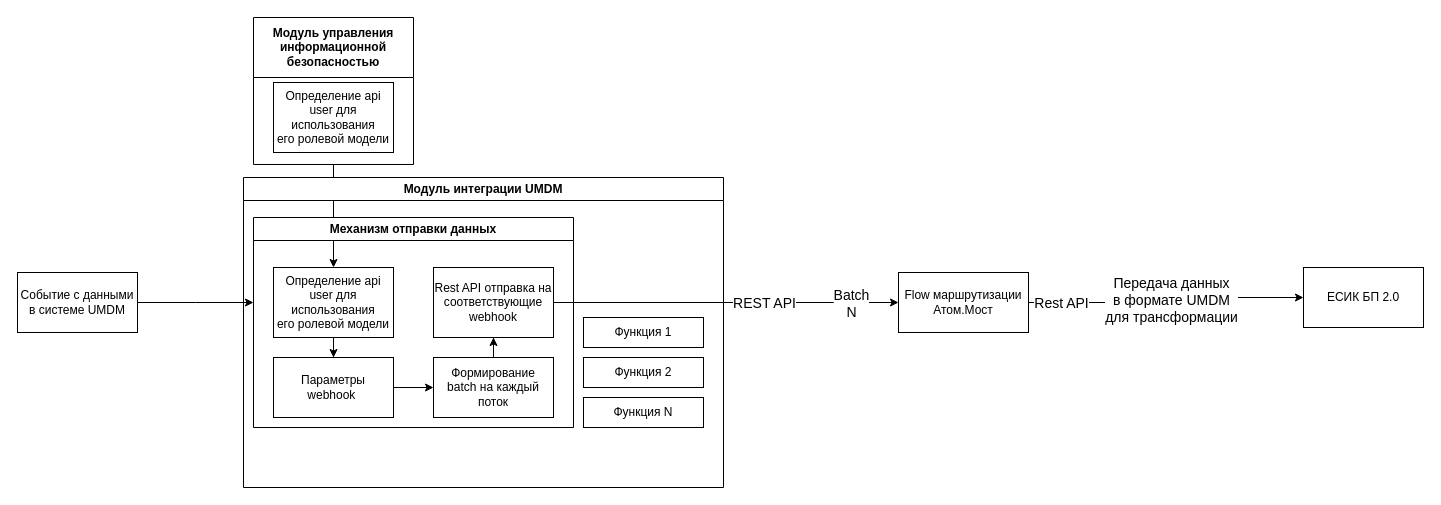
The draw.io diagram Схема внешнего взаимодействия на вебхуках.drawio.drawio in Grin5/drawIo, before the edit. Source tidied: cells renumbered, new cells numbered last; positions are measured from the earlier drawing's top-left corner, leaving out a move shared by most shapes. Both pictures are drawn from the tidied source at 100%, with x=0, y=0 at pixel (17, 17).
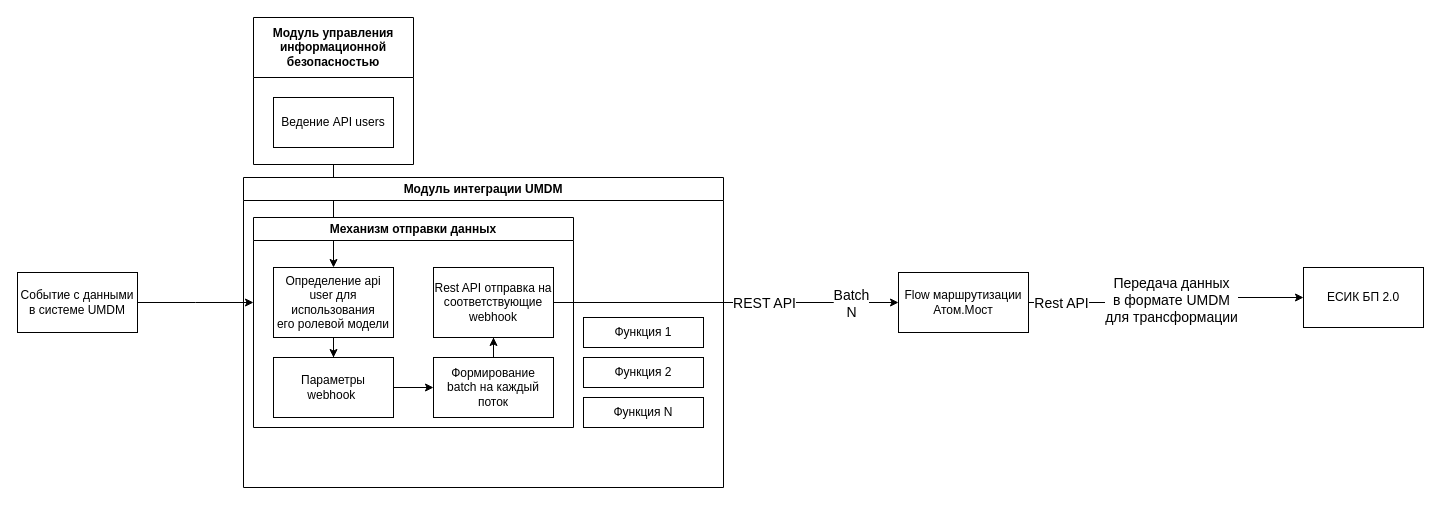
The same diagram, later.

The change refers to these unchanged cells:
```xml
<mxCell id="21" value="Модуль управления информационной безопасностью" style="swimlane;whiteSpace=wrap;html=1;startSize=60;" parent="1" vertex="1">
  <mxGeometry x="236" width="160" height="147" as="geometry" />
</mxCell>
```

Diff of the diagram source:
```diff
@@
-    <mxCell id="22" value="Определение api user для использования&lt;br&gt;его ролевой модели" style="rounded=0;whiteSpace=wrap;html=1;" parent="21" vertex="1">
-      <mxGeometry x="20" y="65" width="120" height="70" as="geometry" />
+    <mxCell id="22" value="&lt;span id=&quot;1777299963898062_c&quot; class=&quot;text&quot; dir=&quot;auto&quot; style=&quot;color: currentcolor;&quot;&gt;&lt;p&gt;Ведение API users&lt;/p&gt;&lt;/span&gt;" style="rounded=0;whiteSpace=wrap;html=1;" parent="21" vertex="1">
+      <mxGeometry x="20" y="80" width="120" height="50" as="geometry" />
     </mxCell>
```
